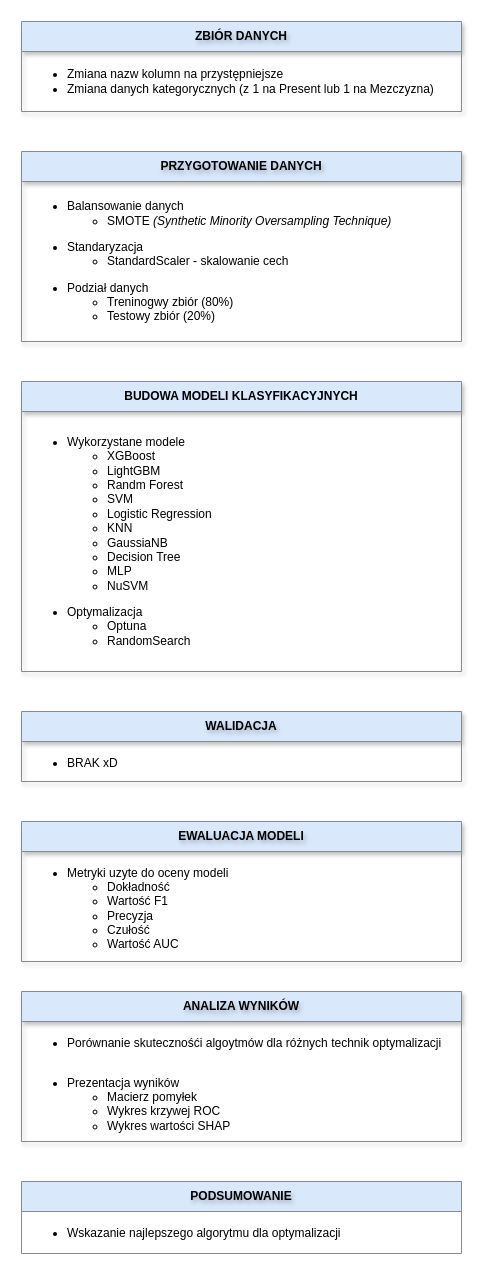
Above: Assets/SchematEksperymentu.drawio in Meikelele/thesis (draw.io), before the change. Source tidied: cells renumbered, new cells numbered last; positions are measured from the earlier drawing's top-left corner, leaving out a move shared by most shapes. Both pictures are drawn from the tidied source at 100%, with x=0, y=0 at pixel (21, 21).
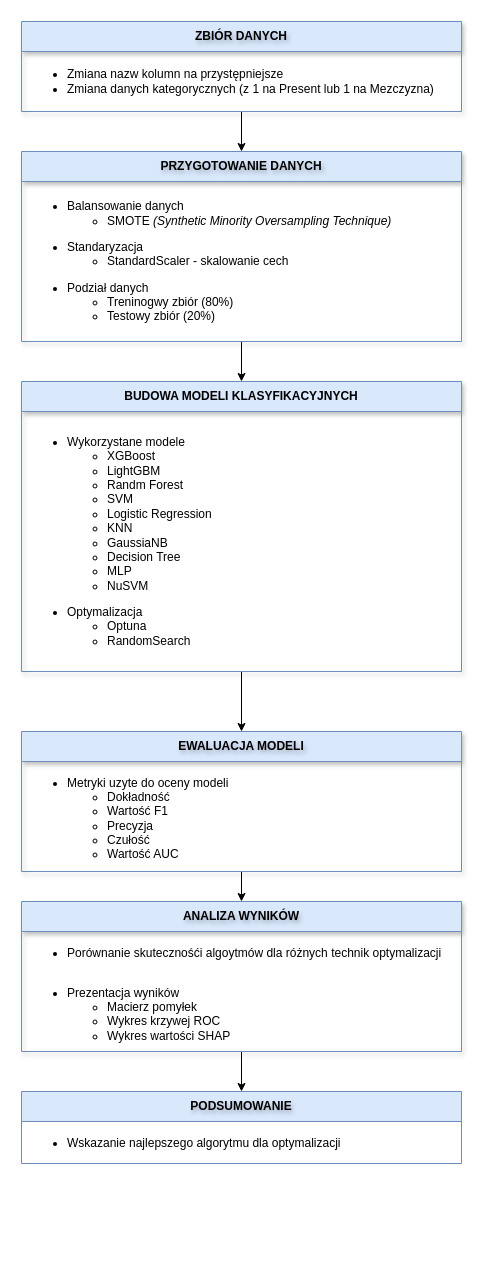
The same diagram, later.

What changed in the source:
```diff
@@
 <mxGraphModel>
   <root>
     <mxCell id="0" />
     <mxCell id="1" parent="0" />
+    <mxCell id="17" style="edgeStyle=orthogonalEdgeStyle;rounded=0;jettySize=auto;html=1;entryX=0.5;entryY=0;entryDx=0;entryDy=0;" parent="1" edge="1" source="2" target="4">
+      <mxGeometry relative="1" as="geometry" />
+    </mxCell>
     <mxCell id="2" value="ZBIÓR DANYCH" style="swimlane;fontStyle=1;horizontal=1;startSize=30;whiteSpace=wrap;html=1;fillColor=#dae8fc;strokeColor=#6c8ebf;shadow=1;rounded=0;textShadow=1;" parent="1" vertex="1">
       <mxGeometry width="440" height="90" as="geometry" />
     </mxCell>
     <mxCell id="3" value="&lt;ul&gt;&lt;li&gt;Zmiana nazw kolumn na przystępniejsze&lt;/li&gt;&lt;li&gt;Zmiana danych kategorycznych (z 1 na Present lub 1 na Mezczyzna)&lt;/li&gt;&lt;/ul&gt;" style="text;strokeColor=none;fillColor=none;align=left;verticalAlign=middle;spacingLeft=4;spacingRight=4;overflow=hidden;whiteSpace=wrap;html=1;" parent="2" vertex="1">
       <mxGeometry y="30" width="440" height="60" as="geometry" />
     </mxCell>
+    <mxCell id="18" style="edgeStyle=orthogonalEdgeStyle;rounded=0;jettySize=auto;html=1;entryX=0.5;entryY=0;entryDx=0;entryDy=0;" parent="1" edge="1" source="4" target="6">
+      <mxGeometry relative="1" as="geometry" />
+    </mxCell>
     <mxCell id="4" value="PRZYGOTOWANIE DANYCH" style="swimlane;fontStyle=1;horizontal=1;startSize=30;whiteSpace=wrap;html=1;textShadow=1;fillColor=#dae8fc;strokeColor=#6c8ebf;shadow=1;" parent="1" vertex="1">
       <mxGeometry y="130" width="440" height="190" as="geometry" />
     </mxCell>
     <mxCell id="5" value="&lt;ul&gt;&lt;li&gt;Balansowanie danych&lt;/li&gt;&lt;ul&gt;&lt;li&gt;SMOTE &lt;i&gt;(Synthetic Minority Oversampling Technique)&lt;/i&gt;&lt;/li&gt;&lt;/ul&gt;&lt;/ul&gt;&lt;ul&gt;&lt;li&gt;Standaryzacja&lt;/li&gt;&lt;ul&gt;&lt;li&gt;StandardScaler - skalowanie cech&lt;/li&gt;&lt;/ul&gt;&lt;/ul&gt;&lt;ul&gt;&lt;li&gt;Podział danych&lt;/li&gt;&lt;ul&gt;&lt;li&gt;Treninogwy zbiór (80%)&lt;/li&gt;&lt;li&gt;Testowy zbiór (20%)&lt;/li&gt;&lt;/ul&gt;&lt;/ul&gt;" style="text;strokeColor=none;fillColor=none;align=left;verticalAlign=middle;spacingLeft=4;spacingRight=4;overflow=hidden;whiteSpace=wrap;html=1;" parent="4" vertex="1">
       <mxGeometry y="30" width="440" height="160" as="geometry" />
     </mxCell>
+    <mxCell id="19" style="edgeStyle=orthogonalEdgeStyle;rounded=0;jettySize=auto;html=1;entryX=0.5;entryY=0;entryDx=0;entryDy=0;" parent="1" edge="1" source="6" target="10">
+      <mxGeometry relative="1" as="geometry" />
+    </mxCell>
     <mxCell id="6" value="BUDOWA MODELI KLASYFIKACYJNYCH" style="swimlane;fontStyle=1;horizontal=1;startSize=30;whiteSpace=wrap;html=1;fillColor=#dae8fc;strokeColor=#6c8ebf;shadow=1;" parent="1" vertex="1">
       <mxGeometry y="360" width="440" height="290" as="geometry" />
     </mxCell>
     <mxCell id="7" value="&lt;ul&gt;&lt;li&gt;Wykorzystane modele&lt;/li&gt;&lt;ul&gt;&lt;li&gt;XGBoost&lt;/li&gt;&lt;li&gt;LightGBM&lt;/li&gt;&lt;li&gt;Randm Forest&lt;/li&gt;&lt;li&gt;SVM&lt;/li&gt;&lt;li&gt;Logistic Regression&lt;/li&gt;&lt;li&gt;KNN&lt;/li&gt;&lt;li&gt;GaussiaNB&lt;/li&gt;&lt;li&gt;Decision Tree&lt;/li&gt;&lt;li&gt;MLP&lt;/li&gt;&lt;li&gt;NuSVM&lt;/li&gt;&lt;/ul&gt;&lt;/ul&gt;&lt;ul&gt;&lt;li&gt;Optymalizacja&lt;/li&gt;&lt;ul&gt;&lt;li&gt;Optuna&lt;/li&gt;&lt;li&gt;RandomSearch&lt;/li&gt;&lt;/ul&gt;&lt;/ul&gt;" style="text;strokeColor=none;fillColor=none;align=left;verticalAlign=middle;spacingLeft=4;spacingRight=4;overflow=hidden;whiteSpace=wrap;html=1;" parent="6" vertex="1">
       <mxGeometry y="30" width="440" height="260" as="geometry" />
     </mxCell>
-    <mxCell id="8" value="WALIDACJA" style="swimlane;fontStyle=1;horizontal=1;startSize=30;whiteSpace=wrap;html=1;fillColor=#dae8fc;strokeColor=#6c8ebf;shadow=1;textShadow=1;" parent="1" vertex="1">
-      <mxGeometry y="690" width="440" height="70" as="geometry" />
-    </mxCell>
-    <mxCell id="9" value="&lt;ul&gt;&lt;li&gt;BRAK xD&lt;/li&gt;&lt;/ul&gt;" style="text;strokeColor=none;fillColor=none;align=left;verticalAlign=middle;spacingLeft=4;spacingRight=4;overflow=hidden;whiteSpace=wrap;html=1;" parent="8" vertex="1">
-      <mxGeometry y="30" width="440" height="40" as="geometry" />
-    </mxCell>
+    <mxCell id="20" style="edgeStyle=orthogonalEdgeStyle;rounded=0;jettySize=auto;html=1;entryX=0.5;entryY=0;entryDx=0;entryDy=0;" parent="1" edge="1" source="10" target="12">
+      <mxGeometry relative="1" as="geometry" />
+    </mxCell>
     <mxCell id="10" value="EWALUACJA MODELI" style="swimlane;fontStyle=1;horizontal=1;startSize=30;whiteSpace=wrap;html=1;textShadow=1;fillColor=#dae8fc;strokeColor=#6c8ebf;shadow=1;" parent="1" vertex="1">
-      <mxGeometry y="800" width="440" height="140" as="geometry" />
+      <mxGeometry y="710" width="440" height="140" as="geometry" />
     </mxCell>
     <mxCell id="11" value="&lt;ul&gt;&lt;li&gt;Metryki uzyte do oceny modeli&lt;/li&gt;&lt;ul&gt;&lt;li&gt;Dokładność&lt;/li&gt;&lt;li&gt;Wartość F1&lt;/li&gt;&lt;li&gt;Precyzja&lt;/li&gt;&lt;li&gt;Czułość&lt;/li&gt;&lt;li&gt;Wartość AUC&lt;/li&gt;&lt;/ul&gt;&lt;/ul&gt;" style="text;strokeColor=none;fillColor=none;align=left;verticalAlign=middle;spacingLeft=4;spacingRight=4;overflow=hidden;whiteSpace=wrap;html=1;" parent="10" vertex="1">
       <mxGeometry y="30" width="440" height="110" as="geometry" />
     </mxCell>
+    <mxCell id="21" style="edgeStyle=orthogonalEdgeStyle;rounded=0;jettySize=auto;html=1;entryX=0.5;entryY=0;entryDx=0;entryDy=0;" parent="1" edge="1" source="12" target="15">
+      <mxGeometry relative="1" as="geometry" />
+    </mxCell>
     <mxCell id="12" value="ANALIZA WYNIKÓW" style="swimlane;fontStyle=1;horizontal=1;startSize=30;whiteSpace=wrap;html=1;textShadow=1;fillColor=#dae8fc;strokeColor=#6c8ebf;shadow=1;" parent="1" vertex="1">
-      <mxGeometry y="970" width="440" height="150" as="geometry" />
+      <mxGeometry y="880" width="440" height="150" as="geometry" />
     </mxCell>
     <mxCell id="13" value="&lt;ul&gt;&lt;li style=&quot;&quot;&gt;Porównanie skutecznośći algoytmów dla różnych technik optymalizacji&lt;/li&gt;&lt;/ul&gt;" style="text;strokeColor=none;fillColor=none;align=left;verticalAlign=middle;spacingLeft=4;spacingRight=4;overflow=hidden;whiteSpace=wrap;html=1;horizontal=1;labelPosition=center;verticalLabelPosition=middle;textDirection=ltr;" parent="12" vertex="1">
       <mxGeometry y="30" width="440" height="40" as="geometry" />
     </mxCell>
     <mxCell id="14" value="&lt;ul&gt;&lt;li style=&quot;&quot;&gt;Prezentacja wyników&lt;/li&gt;&lt;ul&gt;&lt;li style=&quot;&quot;&gt;Macierz pomyłek&lt;/li&gt;&lt;li style=&quot;&quot;&gt;Wykres krzywej ROC&lt;/li&gt;&lt;li style=&quot;&quot;&gt;Wykres wartości SHAP&lt;/li&gt;&lt;/ul&gt;&lt;/ul&gt;" style="text;strokeColor=none;fillColor=none;align=left;verticalAlign=middle;spacingLeft=4;spacingRight=4;overflow=hidden;whiteSpace=wrap;html=1;horizontal=1;labelPosition=center;verticalLabelPosition=middle;textDirection=ltr;" parent="12" vertex="1">
       <mxGeometry y="70" width="440" height="80" as="geometry" />
     </mxCell>
     <mxCell id="15" value="PODSUMOWANIE" style="swimlane;fontStyle=1;horizontal=1;startSize=30;whiteSpace=wrap;html=1;fillColor=#dae8fc;strokeColor=#6c8ebf;labelBackgroundColor=none;labelBorderColor=none;textShadow=1;align=center;" parent="1" vertex="1">
-      <mxGeometry y="1160" width="440" height="72" as="geometry" />
+      <mxGeometry y="1070" width="440" height="72" as="geometry" />
     </mxCell>
     <mxCell id="16" value="&lt;ul&gt;&lt;li style=&quot;&quot;&gt;Wskazanie najlepszego algorytmu dla optymalizacji&lt;/li&gt;&lt;/ul&gt;" style="text;strokeColor=none;fillColor=none;align=left;verticalAlign=middle;spacingLeft=4;spacingRight=4;overflow=hidden;whiteSpace=wrap;html=1;horizontal=1;labelPosition=center;verticalLabelPosition=middle;" parent="15" vertex="1">
       <mxGeometry y="30" width="440" height="42" as="geometry" />
     </mxCell>
   </root>
 </mxGraphModel>
```
